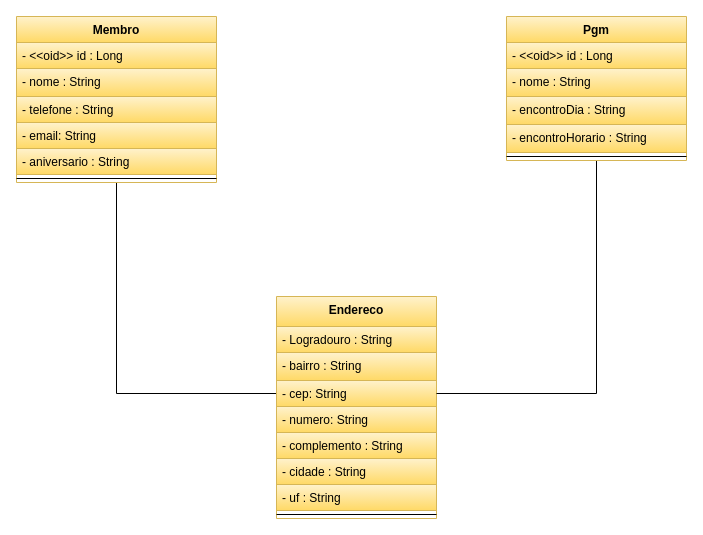
This is page "Diagrama de Classes" (1 of 2) of diagramas/PGM_DiagramaDeClasses.drawio from Yoda43ver-MyRepos/Sistema-de-Cadastro-de-PGMs_v1.1, a draw.io file, before an edit. Source tidied: cells renumbered, new cells numbered last; positions are measured from the earlier drawing's top-left corner, leaving out a move shared by most shapes. Both pictures are drawn from the tidied source at 100%, with x=0, y=0 at pixel (16, 16).
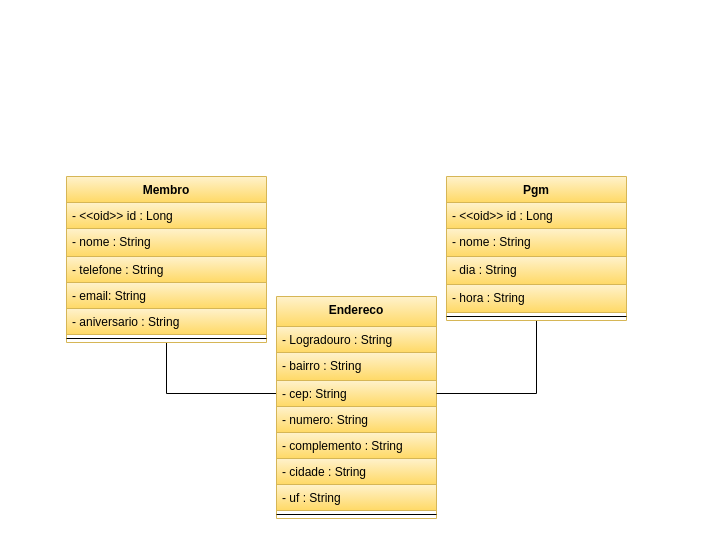
After the change.

The edit, as a diff of the source:
```diff
@@
     <mxCell id="3" value="Membro" style="swimlane;fontStyle=1;align=center;verticalAlign=top;horizontal=1;startSize=26;rounded=0;shadow=0;strokeWidth=1;fillColor=#fff2cc;strokeColor=#d6b656;gradientColor=#ffd966;" parent="1" vertex="1">
-      <mxGeometry width="200" height="166" as="geometry" />
+      <mxGeometry x="50" y="160" width="200" height="166" as="geometry" />
     </mxCell>
@@
     <mxCell id="20" value="Pgm" style="swimlane;fontStyle=1;align=center;verticalAlign=top;horizontal=1;startSize=26;rounded=0;shadow=0;strokeWidth=1;fillColor=#fff2cc;strokeColor=#d6b656;gradientColor=#ffd966;" parent="1" vertex="1">
-      <mxGeometry x="490" width="180" height="144" as="geometry" />
+      <mxGeometry x="430" y="160" width="180" height="144" as="geometry" />
     </mxCell>
@@
-    <mxCell id="23" value="- encontroDia : String" style="text;align=left;verticalAlign=top;spacingLeft=4;spacingRight=4;overflow=hidden;rounded=0;shadow=0;html=0;fillColor=#fff2cc;strokeColor=#d6b656;gradientColor=#ffd966;" parent="20" vertex="1">
+    <mxCell id="23" value="- dia : String" style="text;align=left;verticalAlign=top;spacingLeft=4;spacingRight=4;overflow=hidden;rounded=0;shadow=0;html=0;fillColor=#fff2cc;strokeColor=#d6b656;gradientColor=#ffd966;" parent="20" vertex="1">
       <mxGeometry y="80" width="180" height="28" as="geometry" />
     </mxCell>
-    <mxCell id="24" value="- encontroHorario : String" style="text;align=left;verticalAlign=top;spacingLeft=4;spacingRight=4;overflow=hidden;rounded=0;shadow=0;html=0;fillColor=#fff2cc;strokeColor=#d6b656;gradientColor=#ffd966;" parent="20" vertex="1">
+    <mxCell id="24" value="- hora : String" style="text;align=left;verticalAlign=top;spacingLeft=4;spacingRight=4;overflow=hidden;rounded=0;shadow=0;html=0;fillColor=#fff2cc;strokeColor=#d6b656;gradientColor=#ffd966;" parent="20" vertex="1">
       <mxGeometry y="108" width="180" height="28" as="geometry" />
     </mxCell>
```
